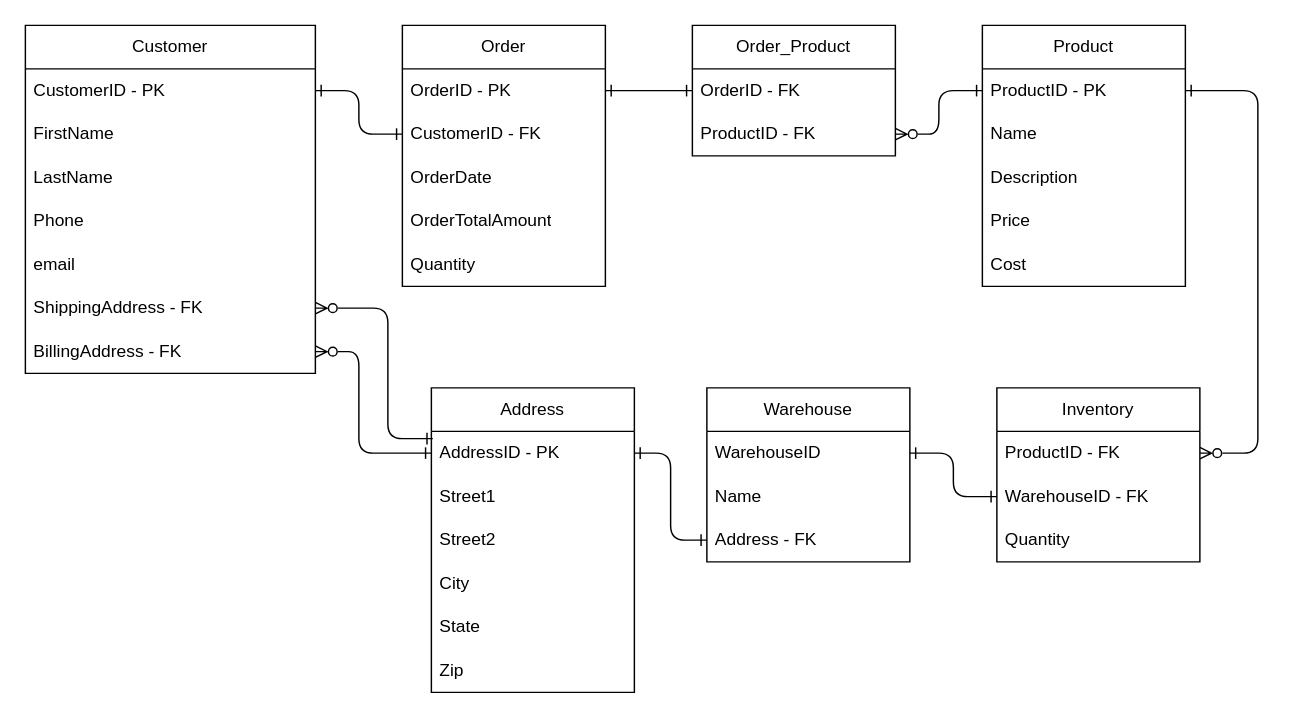
Above: eCommerceDB.drawio in jeffozozo/IT2300 (draw.io), before the change. Source tidied: cells renumbered, new cells numbered last; positions are measured from the earlier drawing's top-left corner, leaving out a move shared by most shapes. Both pictures are drawn from the tidied source at 145%, with x=0, y=0 at pixel (25, 25).
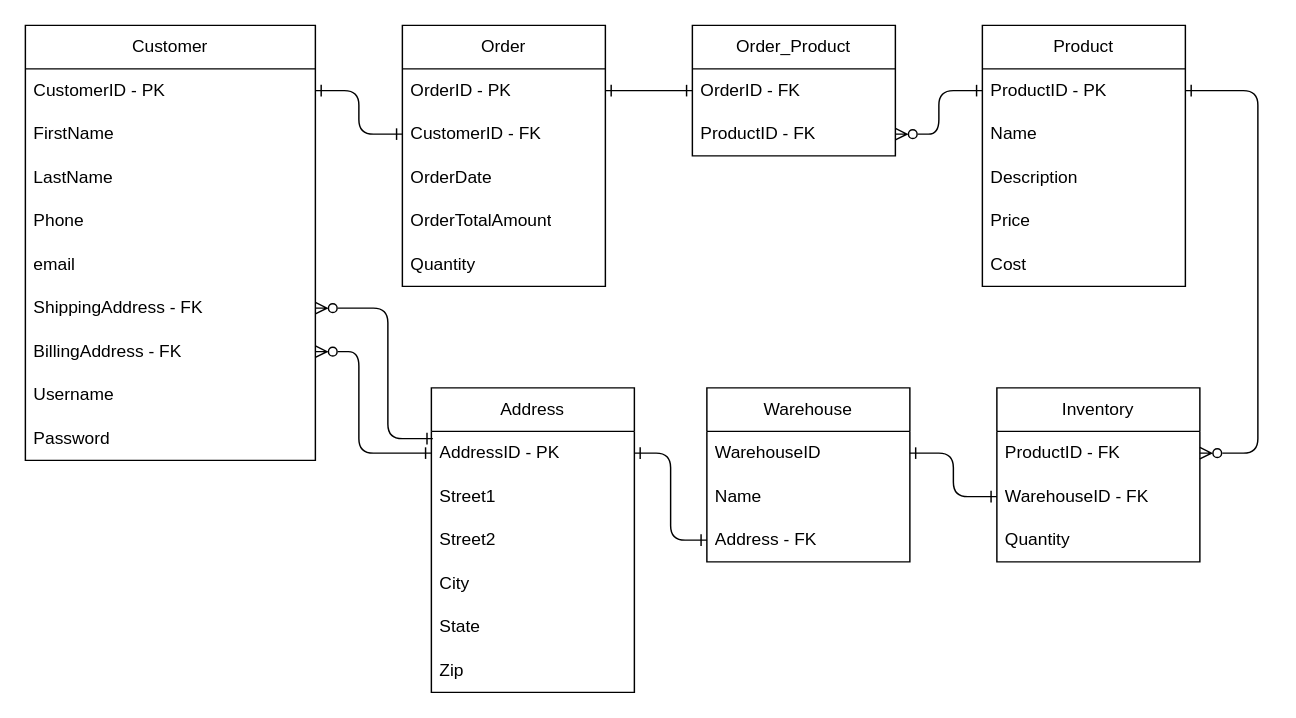
Above is the later version.

Diff of the diagram source:
```diff
@@
     <mxCell id="2" value="Customer" style="swimlane;fontStyle=0;horizontal=1;startSize=30;whiteSpace=wrap;html=1;" parent="1" vertex="1">
-      <mxGeometry width="200" height="240" as="geometry" />
+      <mxGeometry width="200" height="300" as="geometry" />
     </mxCell>
@@
+    <mxCell id="48" value="Username" style="text;strokeColor=none;fillColor=none;align=left;verticalAlign=middle;spacingLeft=4;spacingRight=4;overflow=hidden;whiteSpace=wrap;html=1;" parent="2" vertex="1">
+      <mxGeometry y="240" width="200" height="30" as="geometry" />
+    </mxCell>
+    <mxCell id="49" value="Password" style="text;strokeColor=none;fillColor=none;align=left;verticalAlign=middle;spacingLeft=4;spacingRight=4;overflow=hidden;whiteSpace=wrap;html=1;" parent="2" vertex="1">
+      <mxGeometry y="270" width="200" height="30" as="geometry" />
+    </mxCell>
```
